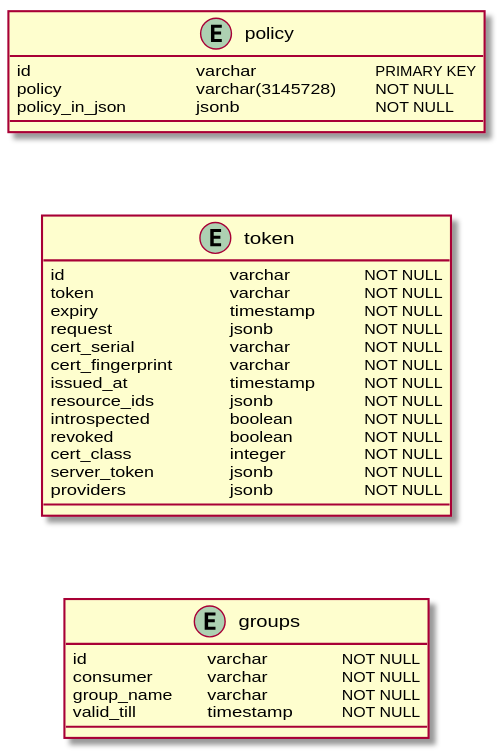
iudx/iudx-auth-server keeps this PlantUML diagram as er.svg. Above is the earlier version. Source of this version:
```plantuml
@startuml
entity policy {
	id				varchar			PRIMARY KEY
	policy			varchar(3145728)	NOT NULL
	policy_in_json		jsonb				NOT NULL
}

entity token {
	id				varchar		NOT NULL
	token				varchar		NOT NULL
	expiry			timestamp		NOT NULL
	request			jsonb			NOT NULL
	cert_serial			varchar		NOT NULL
	cert_fingerprint		varchar		NOT NULL
	issued_at			timestamp		NOT NULL
	resource_ids		jsonb			NOT NULL
	introspected		boolean		NOT NULL
	revoked			boolean		NOT NULL
	cert_class			integer		NOT NULL
	server_token		jsonb			NOT NULL
	providers			jsonb			NOT NULL
}

entity groups {
	id			varchar		NOT NULL
	consumer		varchar		NOT NULL
	group_name	varchar		NOT NULL
	valid_till		timestamp		NOT NULL
}

policy -[hidden]- token
token -[hidden]- groups
@enduml
```
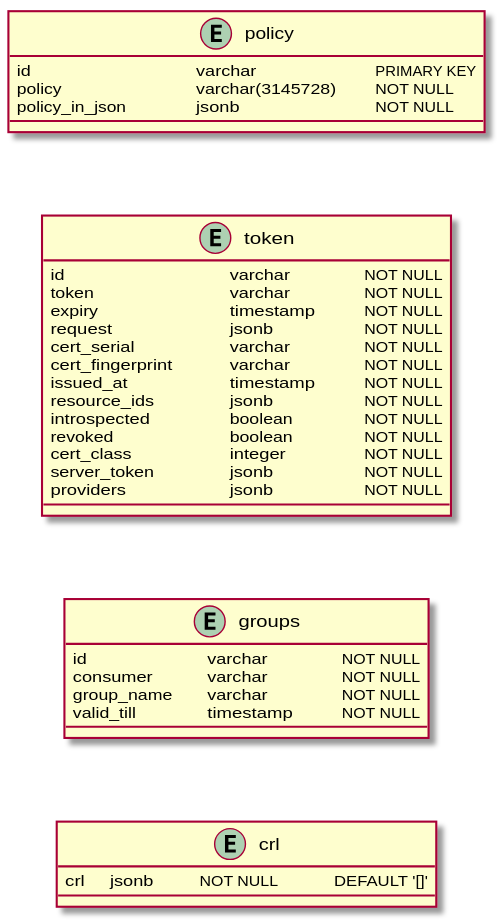
The same file after the commit.

The edit, as a diff of the source:
```diff
@@ -28,6 +28,11 @@
 	valid_till		timestamp		NOT NULL
 }
 
+entity crl {
+	crl	jsonb		NOT NULL		DEFAULT '[]'
+}
+
 policy -[hidden]- token
 token -[hidden]- groups
+groups -[hidden]- crl
 @enduml
```
